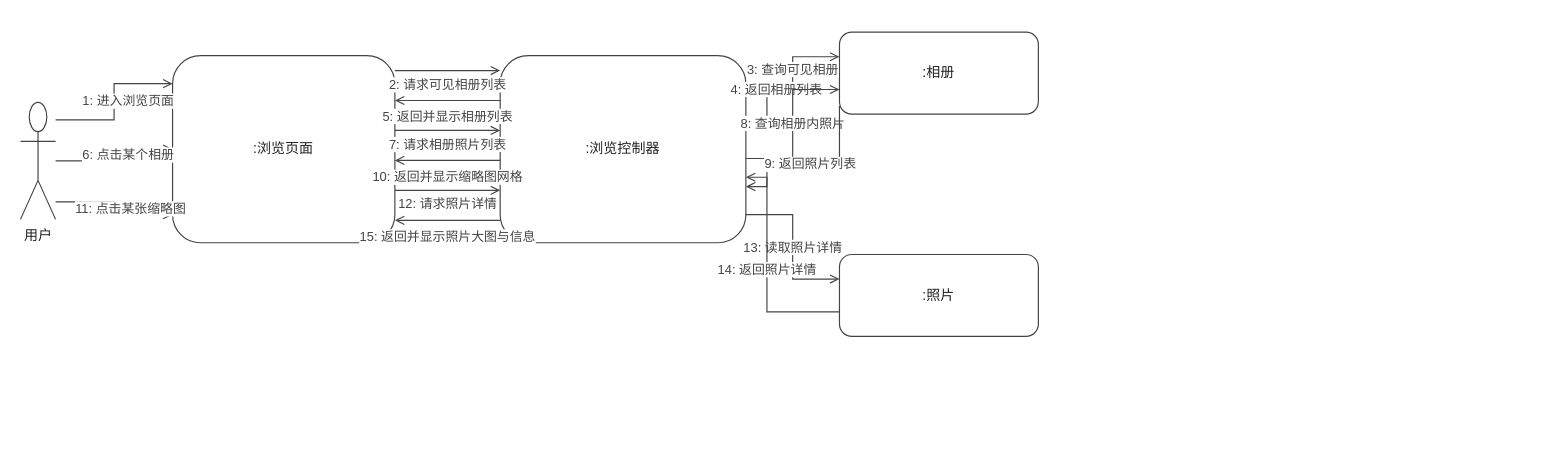
Earlier version of the draw.io diagram docs/交付/3-照片管理-王柯涵/images/浏览照片_协作图.drawio (chennuo1101/electronic-photo-album-system1). Source tidied: cells renumbered, new cells numbered last; positions are measured from the earlier drawing's top-left corner, leaving out a move shared by most shapes. Both pictures are drawn from the tidied source at 117%, with x=0, y=0 at pixel (20, 32).
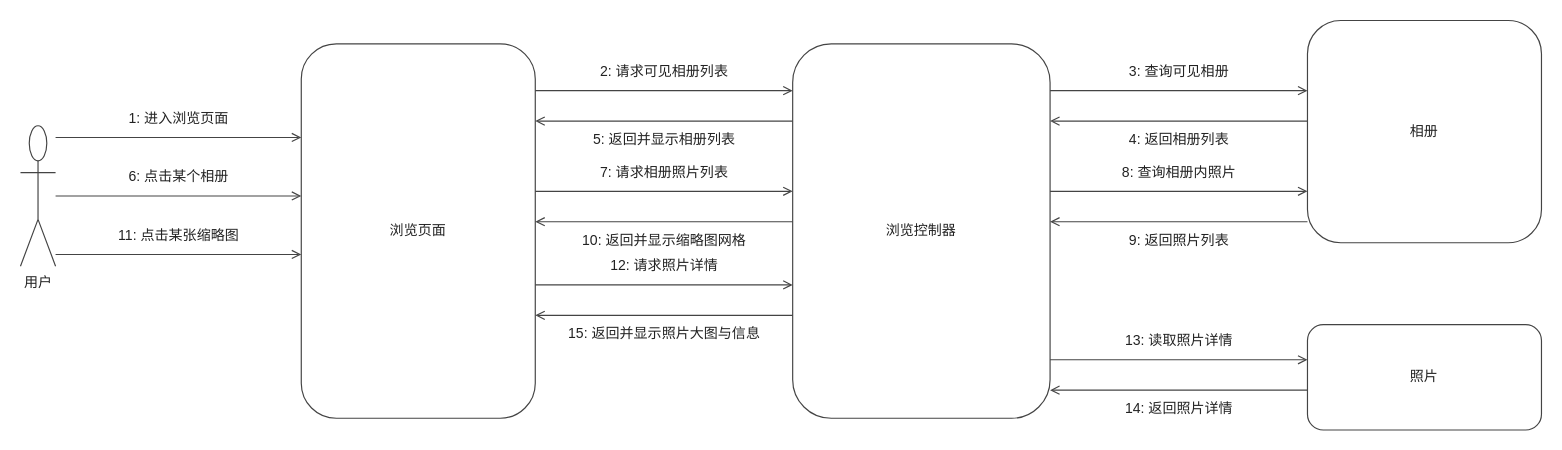
The same page after the edit.

What changed in the source:
```diff
@@
     <mxCell id="2" value="用户" style="shape=umlActor;verticalLabelPosition=bottom;verticalAlign=top;html=1;fillColor=#FFFFFF;strokeColor=#444444;fontFamily=Microsoft YaHei;fontSize=12;fontColor=#222222;" parent="1" vertex="1">
-      <mxGeometry y="60" width="30" height="100" as="geometry" />
+      <mxGeometry y="80" width="30" height="120" as="geometry" />
     </mxCell>
-    <mxCell id="3" value=":浏览页面" style="rounded=1;whiteSpace=wrap;html=1;fillColor=#FFFFFF;strokeColor=#444444;fontFamily=Microsoft YaHei;fontSize=12;fontColor=#222222;" parent="1" vertex="1">
-      <mxGeometry x="130" y="20" width="190" height="160" as="geometry" />
+    <mxCell id="3" value="浏览页面" style="rounded=1;whiteSpace=wrap;html=1;fillColor=#FFFFFF;strokeColor=#444444;fontFamily=Microsoft YaHei;fontSize=12;fontColor=#222222;" parent="1" vertex="1">
+      <mxGeometry x="240" y="10" width="200" height="320" as="geometry" />
     </mxCell>
-    <mxCell id="4" value=":浏览控制器" style="rounded=1;whiteSpace=wrap;html=1;fillColor=#FFFFFF;strokeColor=#444444;fontFamily=Microsoft YaHei;fontSize=12;fontColor=#222222;" parent="1" vertex="1">
-      <mxGeometry x="410" y="20" width="210" height="160" as="geometry" />
+    <mxCell id="4" value="浏览控制器" style="rounded=1;whiteSpace=wrap;html=1;fillColor=#FFFFFF;strokeColor=#444444;fontFamily=Microsoft YaHei;fontSize=12;fontColor=#222222;" parent="1" vertex="1">
+      <mxGeometry x="660" y="10" width="220" height="320" as="geometry" />
     </mxCell>
-    <mxCell id="5" value=":相册" style="rounded=1;whiteSpace=wrap;html=1;fillColor=#FFFFFF;strokeColor=#444444;fontFamily=Microsoft YaHei;fontSize=12;fontColor=#222222;" parent="1" vertex="1">
-      <mxGeometry x="700" width="170" height="70" as="geometry" />
+    <mxCell id="5" value="相册" style="rounded=1;whiteSpace=wrap;html=1;fillColor=#FFFFFF;strokeColor=#444444;fontFamily=Microsoft YaHei;fontSize=12;fontColor=#222222;" parent="1" vertex="1">
+      <mxGeometry x="1100" y="-10" width="200" height="190" as="geometry" />
     </mxCell>
-    <mxCell id="6" value=":照片" style="rounded=1;whiteSpace=wrap;html=1;fillColor=#FFFFFF;strokeColor=#444444;fontFamily=Microsoft YaHei;fontSize=12;fontColor=#222222;" parent="1" vertex="1">
-      <mxGeometry x="700" y="190" width="170" height="70" as="geometry" />
+    <mxCell id="6" value="照片" style="rounded=1;whiteSpace=wrap;html=1;fillColor=#FFFFFF;strokeColor=#444444;fontFamily=Microsoft YaHei;fontSize=12;fontColor=#222222;" parent="1" vertex="1">
+      <mxGeometry x="1100" y="250" width="200" height="90" as="geometry" />
     </mxCell>
-    <mxCell id="7" value="1: 进入浏览页面" style="edgeStyle=orthogonalEdgeStyle;rounded=0;html=1;strokeColor=#444444;strokeWidth=1;fontFamily=Microsoft YaHei;fontSize=11;fontColor=#444444;labelBackgroundColor=#FFFFFF;startArrow=none;endArrow=open;exitX=1;exitY=0.15;entryX=0;entryY=0.15;" parent="1" edge="1" source="2" target="3">
-      <mxGeometry y="-12" relative="1" as="geometry" />
+    <mxCell id="7" style="html=1;rounded=0;strokeColor=#444444;strokeWidth=1;startArrow=none;endArrow=open;endFill=0;" parent="1" edge="1">
+      <mxGeometry relative="1" as="geometry">
+        <mxPoint x="30" y="90" as="sourcePoint" />
+        <mxPoint x="240" y="90" as="targetPoint" />
+      </mxGeometry>
     </mxCell>
+    <mxCell id="22" value="1: 进入浏览页面" style="text;html=1;align=center;verticalAlign=middle;fillColor=none;strokeColor=none;fontFamily=Microsoft YaHei;fontSize=12;fontColor=#222222;" parent="1" vertex="1">
+      <mxGeometry x="75" y="64" width="120" height="20" as="geometry" />
+    </mxCell>
-    <mxCell id="8" value="6: 点击某个相册" style="edgeStyle=orthogonalEdgeStyle;rounded=0;html=1;strokeColor=#444444;strokeWidth=1;fontFamily=Microsoft YaHei;fontSize=11;fontColor=#444444;labelBackgroundColor=#FFFFFF;startArrow=none;endArrow=open;exitX=1;exitY=0.5;entryX=0;entryY=0.5;" parent="1" edge="1" source="2" target="3">
-      <mxGeometry y="-12" relative="1" as="geometry" />
+    <mxCell id="8" style="html=1;rounded=0;strokeColor=#444444;strokeWidth=1;startArrow=none;endArrow=open;endFill=0;" parent="1" edge="1">
+      <mxGeometry relative="1" as="geometry">
+        <mxPoint x="30" y="140" as="sourcePoint" />
+        <mxPoint x="240" y="140" as="targetPoint" />
+      </mxGeometry>
     </mxCell>
+    <mxCell id="23" value="6: 点击某个相册" style="text;html=1;align=center;verticalAlign=middle;fillColor=none;strokeColor=none;fontFamily=Microsoft YaHei;fontSize=12;fontColor=#222222;" parent="1" vertex="1">
+      <mxGeometry x="75" y="114" width="120" height="20" as="geometry" />
+    </mxCell>
-    <mxCell id="9" value="11: 点击某张缩略图" style="edgeStyle=orthogonalEdgeStyle;rounded=0;html=1;strokeColor=#444444;strokeWidth=1;fontFamily=Microsoft YaHei;fontSize=11;fontColor=#444444;labelBackgroundColor=#FFFFFF;startArrow=none;endArrow=open;exitX=1;exitY=0.85;entryX=0;entryY=0.85;" parent="1" edge="1" source="2" target="3">
-      <mxGeometry y="14" relative="1" as="geometry" />
+    <mxCell id="9" style="html=1;rounded=0;strokeColor=#444444;strokeWidth=1;startArrow=none;endArrow=open;endFill=0;" parent="1" edge="1">
+      <mxGeometry relative="1" as="geometry">
+        <mxPoint x="30" y="190" as="sourcePoint" />
+        <mxPoint x="240" y="190" as="targetPoint" />
+      </mxGeometry>
     </mxCell>
+    <mxCell id="24" value="11: 点击某张缩略图" style="text;html=1;align=center;verticalAlign=middle;fillColor=none;strokeColor=none;fontFamily=Microsoft YaHei;fontSize=12;fontColor=#222222;" parent="1" vertex="1">
+      <mxGeometry x="65" y="164" width="140" height="20" as="geometry" />
+    </mxCell>
-    <mxCell id="10" value="2: 请求可见相册列表" style="edgeStyle=orthogonalEdgeStyle;rounded=0;html=1;strokeColor=#444444;strokeWidth=1;fontFamily=Microsoft YaHei;fontSize=11;fontColor=#444444;labelBackgroundColor=#FFFFFF;startArrow=none;endArrow=open;exitX=1;exitY=0.08;entryX=0;entryY=0.08;" parent="1" edge="1" source="3" target="4">
-      <mxGeometry y="-12" relative="1" as="geometry" />
+    <mxCell id="10" style="html=1;rounded=0;strokeColor=#444444;strokeWidth=1;startArrow=none;endArrow=open;endFill=0;" parent="1" edge="1">
+      <mxGeometry relative="1" as="geometry">
+        <mxPoint x="440" y="50" as="sourcePoint" />
+        <mxPoint x="660" y="50" as="targetPoint" />
+      </mxGeometry>
     </mxCell>
+    <mxCell id="25" value="2: 请求可见相册列表" style="text;html=1;align=center;verticalAlign=middle;fillColor=none;strokeColor=none;fontFamily=Microsoft YaHei;fontSize=12;fontColor=#222222;" parent="1" vertex="1">
+      <mxGeometry x="480" y="24" width="140" height="20" as="geometry" />
+    </mxCell>
-    <mxCell id="11" value="5: 返回并显示相册列表" style="edgeStyle=orthogonalEdgeStyle;rounded=0;html=1;strokeColor=#444444;strokeWidth=1;fontFamily=Microsoft YaHei;fontSize=11;fontColor=#444444;labelBackgroundColor=#FFFFFF;startArrow=none;endArrow=open;exitX=0;exitY=0.24;entryX=1;entryY=0.24;" parent="1" edge="1" source="4" target="3">
-      <mxGeometry y="14" relative="1" as="geometry" />
+    <mxCell id="11" style="html=1;rounded=0;strokeColor=#444444;strokeWidth=1;startArrow=none;endArrow=open;endFill=0;" parent="1" edge="1">
+      <mxGeometry relative="1" as="geometry">
+        <mxPoint x="660" y="76" as="sourcePoint" />
+        <mxPoint x="440" y="76" as="targetPoint" />
+      </mxGeometry>
     </mxCell>
+    <mxCell id="26" value="5: 返回并显示相册列表" style="text;html=1;align=center;verticalAlign=middle;fillColor=none;strokeColor=none;fontFamily=Microsoft YaHei;fontSize=12;fontColor=#222222;" parent="1" vertex="1">
+      <mxGeometry x="480" y="82" width="140" height="20" as="geometry" />
+    </mxCell>
-    <mxCell id="12" value="7: 请求相册照片列表" style="edgeStyle=orthogonalEdgeStyle;rounded=0;html=1;strokeColor=#444444;strokeWidth=1;fontFamily=Microsoft YaHei;fontSize=11;fontColor=#444444;labelBackgroundColor=#FFFFFF;startArrow=none;endArrow=open;exitX=1;exitY=0.40;entryX=0;entryY=0.40;" parent="1" edge="1" source="3" target="4">
-      <mxGeometry y="-12" relative="1" as="geometry" />
+    <mxCell id="12" style="html=1;rounded=0;strokeColor=#444444;strokeWidth=1;startArrow=none;endArrow=open;endFill=0;" parent="1" edge="1">
+      <mxGeometry relative="1" as="geometry">
+        <mxPoint x="440" y="136" as="sourcePoint" />
+        <mxPoint x="660" y="136" as="targetPoint" />
+      </mxGeometry>
     </mxCell>
+    <mxCell id="27" value="7: 请求相册照片列表" style="text;html=1;align=center;verticalAlign=middle;fillColor=none;strokeColor=none;fontFamily=Microsoft YaHei;fontSize=12;fontColor=#222222;" parent="1" vertex="1">
+      <mxGeometry x="480" y="110" width="140" height="20" as="geometry" />
+    </mxCell>
-    <mxCell id="13" value="10: 返回并显示缩略图网格" style="edgeStyle=orthogonalEdgeStyle;rounded=0;html=1;strokeColor=#444444;strokeWidth=1;fontFamily=Microsoft YaHei;fontSize=11;fontColor=#444444;labelBackgroundColor=#FFFFFF;startArrow=none;endArrow=open;exitX=0;exitY=0.56;entryX=1;entryY=0.56;" parent="1" edge="1" source="4" target="3">
-      <mxGeometry y="14" relative="1" as="geometry" />
+    <mxCell id="13" style="html=1;rounded=0;strokeColor=#444444;strokeWidth=1;startArrow=none;endArrow=open;endFill=0;" parent="1" edge="1">
+      <mxGeometry relative="1" as="geometry">
+        <mxPoint x="660" y="162" as="sourcePoint" />
+        <mxPoint x="440" y="162" as="targetPoint" />
+      </mxGeometry>
     </mxCell>
+    <mxCell id="28" value="10: 返回并显示缩略图网格" style="text;html=1;align=center;verticalAlign=middle;fillColor=none;strokeColor=none;fontFamily=Microsoft YaHei;fontSize=12;fontColor=#222222;" parent="1" vertex="1">
+      <mxGeometry x="475" y="168" width="150" height="20" as="geometry" />
+    </mxCell>
-    <mxCell id="14" value="12: 请求照片详情" style="edgeStyle=orthogonalEdgeStyle;rounded=0;html=1;strokeColor=#444444;strokeWidth=1;fontFamily=Microsoft YaHei;fontSize=11;fontColor=#444444;labelBackgroundColor=#FFFFFF;startArrow=none;endArrow=open;exitX=1;exitY=0.72;entryX=0;entryY=0.72;" parent="1" edge="1" source="3" target="4">
-      <mxGeometry y="-12" relative="1" as="geometry" />
+    <mxCell id="14" style="html=1;rounded=0;strokeColor=#444444;strokeWidth=1;startArrow=none;endArrow=open;endFill=0;" parent="1" edge="1">
+      <mxGeometry relative="1" as="geometry">
+        <mxPoint x="440" y="216" as="sourcePoint" />
+        <mxPoint x="660" y="216" as="targetPoint" />
+      </mxGeometry>
     </mxCell>
+    <mxCell id="29" value="12: 请求照片详情" style="text;html=1;align=center;verticalAlign=middle;fillColor=none;strokeColor=none;fontFamily=Microsoft YaHei;fontSize=12;fontColor=#222222;" parent="1" vertex="1">
+      <mxGeometry x="490" y="190" width="120" height="20" as="geometry" />
+    </mxCell>
-    <mxCell id="15" value="15: 返回并显示照片大图与信息" style="edgeStyle=orthogonalEdgeStyle;rounded=0;html=1;strokeColor=#444444;strokeWidth=1;fontFamily=Microsoft YaHei;fontSize=11;fontColor=#444444;labelBackgroundColor=#FFFFFF;startArrow=none;endArrow=open;exitX=0;exitY=0.88;entryX=1;entryY=0.88;" parent="1" edge="1" source="4" target="3">
-      <mxGeometry y="14" relative="1" as="geometry" />
+    <mxCell id="15" style="html=1;rounded=0;strokeColor=#444444;strokeWidth=1;startArrow=none;endArrow=open;endFill=0;" parent="1" edge="1">
+      <mxGeometry relative="1" as="geometry">
+        <mxPoint x="660" y="242" as="sourcePoint" />
+        <mxPoint x="440" y="242" as="targetPoint" />
+      </mxGeometry>
     </mxCell>
+    <mxCell id="30" value="15: 返回并显示照片大图与信息" style="text;html=1;align=center;verticalAlign=middle;fillColor=none;strokeColor=none;fontFamily=Microsoft YaHei;fontSize=12;fontColor=#222222;" parent="1" vertex="1">
+      <mxGeometry x="470" y="248" width="160" height="20" as="geometry" />
+    </mxCell>
-    <mxCell id="16" value="3: 查询可见相册" style="edgeStyle=orthogonalEdgeStyle;rounded=0;html=1;strokeColor=#444444;strokeWidth=1;fontFamily=Microsoft YaHei;fontSize=11;fontColor=#444444;labelBackgroundColor=#FFFFFF;startArrow=none;endArrow=open;exitX=1;exitY=0.15;entryX=0;entryY=0.3;" parent="1" edge="1" source="4" target="5">
+    <mxCell id="16" style="html=1;rounded=0;strokeColor=#444444;strokeWidth=1;startArrow=none;endArrow=open;endFill=0;" parent="1" edge="1">
       <mxGeometry relative="1" as="geometry">
-        <Array as="points">
-          <mxPoint x="660" y="44" />
-        </Array>
+        <mxPoint x="880" y="50" as="sourcePoint" />
+        <mxPoint x="1100" y="50" as="targetPoint" />
       </mxGeometry>
     </mxCell>
+    <mxCell id="31" value="3: 查询可见相册" style="text;html=1;align=center;verticalAlign=middle;fillColor=none;strokeColor=none;fontFamily=Microsoft YaHei;fontSize=12;fontColor=#222222;" parent="1" vertex="1">
+      <mxGeometry x="935" y="24" width="110" height="20" as="geometry" />
+    </mxCell>
-    <mxCell id="17" value="4: 返回相册列表" style="edgeStyle=orthogonalEdgeStyle;rounded=0;html=1;strokeColor=#444444;strokeWidth=1;fontFamily=Microsoft YaHei;fontSize=11;fontColor=#444444;labelBackgroundColor=#FFFFFF;startArrow=none;endArrow=open;exitX=0;entryX=1;exitY=0.7;entryY=0.35;" parent="1" edge="1" source="5" target="4">
+    <mxCell id="17" style="html=1;rounded=0;strokeColor=#444444;strokeWidth=1;startArrow=none;endArrow=open;endFill=0;" parent="1" edge="1">
       <mxGeometry relative="1" as="geometry">
-        <Array as="points">
-          <mxPoint x="638" y="49" />
-        </Array>
+        <mxPoint x="1100" y="76" as="sourcePoint" />
+        <mxPoint x="880" y="76" as="targetPoint" />
       </mxGeometry>
     </mxCell>
+    <mxCell id="32" value="4: 返回相册列表" style="text;html=1;align=center;verticalAlign=middle;fillColor=none;strokeColor=none;fontFamily=Microsoft YaHei;fontSize=12;fontColor=#222222;" parent="1" vertex="1">
+      <mxGeometry x="935" y="82" width="110" height="20" as="geometry" />
+    </mxCell>
-    <mxCell id="18" value="8: 查询相册内照片" style="edgeStyle=orthogonalEdgeStyle;rounded=0;html=1;strokeColor=#444444;strokeWidth=1;fontFamily=Microsoft YaHei;fontSize=11;fontColor=#444444;labelBackgroundColor=#FFFFFF;startArrow=none;endArrow=open;exitX=1;exitY=0.55;entryX=0;entryY=0.7;" parent="1" edge="1" source="4" target="5">
+    <mxCell id="18" style="html=1;rounded=0;strokeColor=#444444;strokeWidth=1;startArrow=none;endArrow=open;endFill=0;" parent="1" edge="1">
       <mxGeometry relative="1" as="geometry">
-        <Array as="points">
-          <mxPoint x="660" y="108" />
-        </Array>
+        <mxPoint x="880" y="136" as="sourcePoint" />
+        <mxPoint x="1100" y="136" as="targetPoint" />
       </mxGeometry>
     </mxCell>
+    <mxCell id="33" value="8: 查询相册内照片" style="text;html=1;align=center;verticalAlign=middle;fillColor=none;strokeColor=none;fontFamily=Microsoft YaHei;fontSize=12;fontColor=#222222;" parent="1" vertex="1">
+      <mxGeometry x="930" y="110" width="120" height="20" as="geometry" />
+    </mxCell>
-    <mxCell id="19" value="9: 返回照片列表" style="edgeStyle=orthogonalEdgeStyle;rounded=0;html=1;strokeColor=#444444;strokeWidth=1;fontFamily=Microsoft YaHei;fontSize=11;fontColor=#444444;labelBackgroundColor=#FFFFFF;startArrow=none;endArrow=open;exitX=0;exitY=0.9;entryX=1;entryY=0.7;" parent="1" edge="1" source="5" target="4">
+    <mxCell id="19" style="html=1;rounded=0;strokeColor=#444444;strokeWidth=1;startArrow=none;endArrow=open;endFill=0;" parent="1" edge="1">
       <mxGeometry relative="1" as="geometry">
-        <Array as="points">
-          <mxPoint x="638" y="113" />
-        </Array>
+        <mxPoint x="1100" y="162" as="sourcePoint" />
+        <mxPoint x="880" y="162" as="targetPoint" />
       </mxGeometry>
     </mxCell>
+    <mxCell id="34" value="9: 返回照片列表" style="text;html=1;align=center;verticalAlign=middle;fillColor=none;strokeColor=none;fontFamily=Microsoft YaHei;fontSize=12;fontColor=#222222;" parent="1" vertex="1">
+      <mxGeometry x="935" y="168" width="110" height="20" as="geometry" />
+    </mxCell>
-    <mxCell id="20" value="13: 读取照片详情" style="edgeStyle=orthogonalEdgeStyle;rounded=0;html=1;strokeColor=#444444;strokeWidth=1;fontFamily=Microsoft YaHei;fontSize=11;fontColor=#444444;labelBackgroundColor=#FFFFFF;startArrow=none;endArrow=open;exitX=1;exitY=0.85;entryX=0;entryY=0.3;" parent="1" edge="1" source="4" target="6">
+    <mxCell id="20" style="html=1;rounded=0;strokeColor=#444444;strokeWidth=1;startArrow=none;endArrow=open;endFill=0;" parent="1" edge="1">
       <mxGeometry relative="1" as="geometry">
-        <Array as="points">
-          <mxPoint x="660" y="156" />
-          <mxPoint x="660" y="211" />
-        </Array>
+        <mxPoint x="880" y="280" as="sourcePoint" />
+        <mxPoint x="1100" y="280" as="targetPoint" />
       </mxGeometry>
     </mxCell>
+    <mxCell id="35" value="13: 读取照片详情" style="text;html=1;align=center;verticalAlign=middle;fillColor=none;strokeColor=none;fontFamily=Microsoft YaHei;fontSize=12;fontColor=#222222;" parent="1" vertex="1">
+      <mxGeometry x="930" y="254" width="120" height="20" as="geometry" />
+    </mxCell>
-    <mxCell id="21" value="14: 返回照片详情" style="edgeStyle=orthogonalEdgeStyle;rounded=0;html=1;strokeColor=#444444;strokeWidth=1;fontFamily=Microsoft YaHei;fontSize=11;fontColor=#444444;labelBackgroundColor=#FFFFFF;startArrow=none;endArrow=open;exitX=0;exitY=0.7;entryX=1;entryY=0.65;" parent="1" edge="1" source="6" target="4">
+    <mxCell id="21" style="html=1;rounded=0;strokeColor=#444444;strokeWidth=1;startArrow=none;endArrow=open;endFill=0;" parent="1" edge="1">
       <mxGeometry relative="1" as="geometry">
-        <Array as="points">
-          <mxPoint x="638" y="239" />
-          <mxPoint x="638" y="124" />
-        </Array>
+        <mxPoint x="1100" y="306" as="sourcePoint" />
+        <mxPoint x="880" y="306" as="targetPoint" />
       </mxGeometry>
     </mxCell>
+    <mxCell id="36" value="14: 返回照片详情" style="text;html=1;align=center;verticalAlign=middle;fillColor=none;strokeColor=none;fontFamily=Microsoft YaHei;fontSize=12;fontColor=#222222;" parent="1" vertex="1">
+      <mxGeometry x="935" y="312" width="110" height="20" as="geometry" />
+    </mxCell>
```
